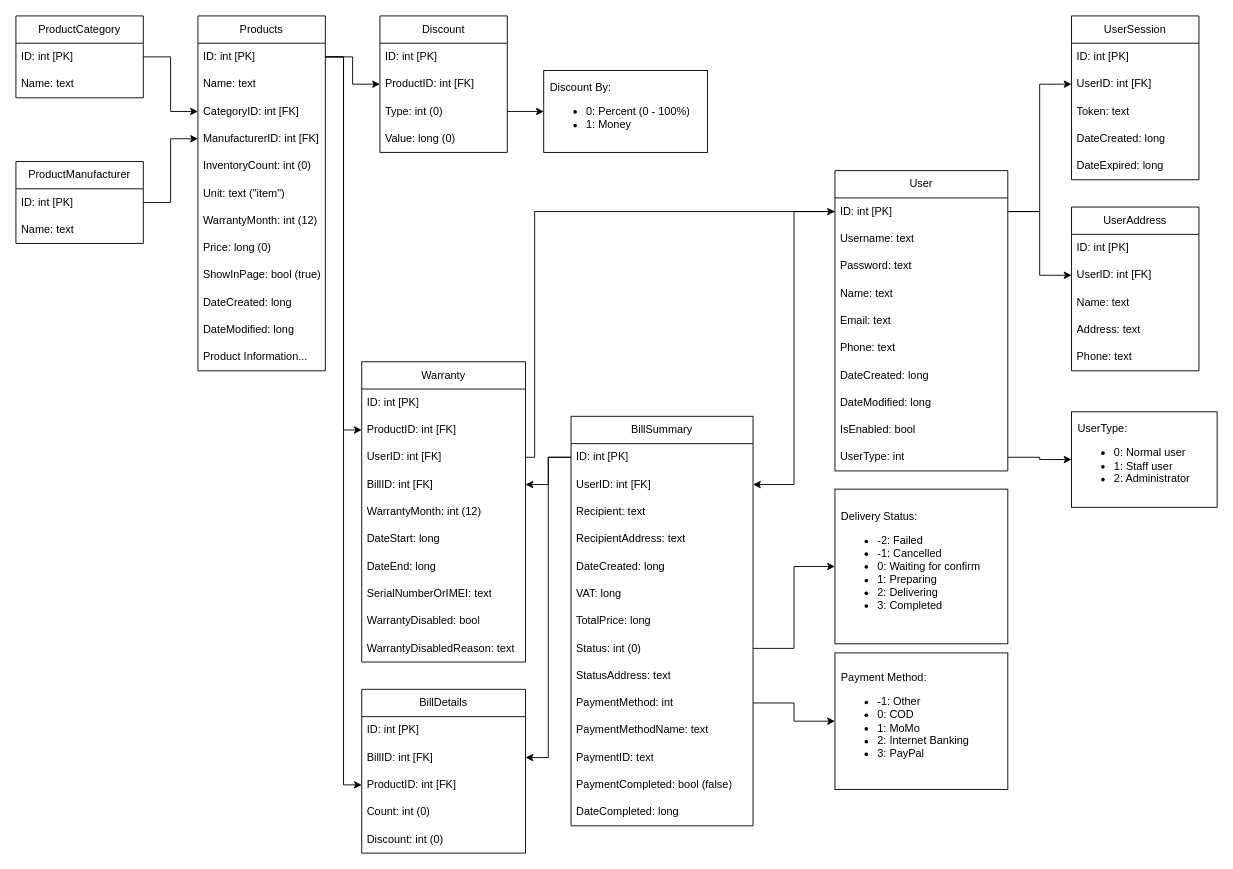
Before: docs/PhoneStoreManager.drawio in ZoeMeow1027/capstone-project, a draw.io diagram. Source tidied: cells renumbered, new cells numbered last; positions are measured from the earlier drawing's top-left corner, leaving out a move shared by most shapes. Both pictures are drawn from the tidied source at 91%, with x=0, y=0 at pixel (15, 15).
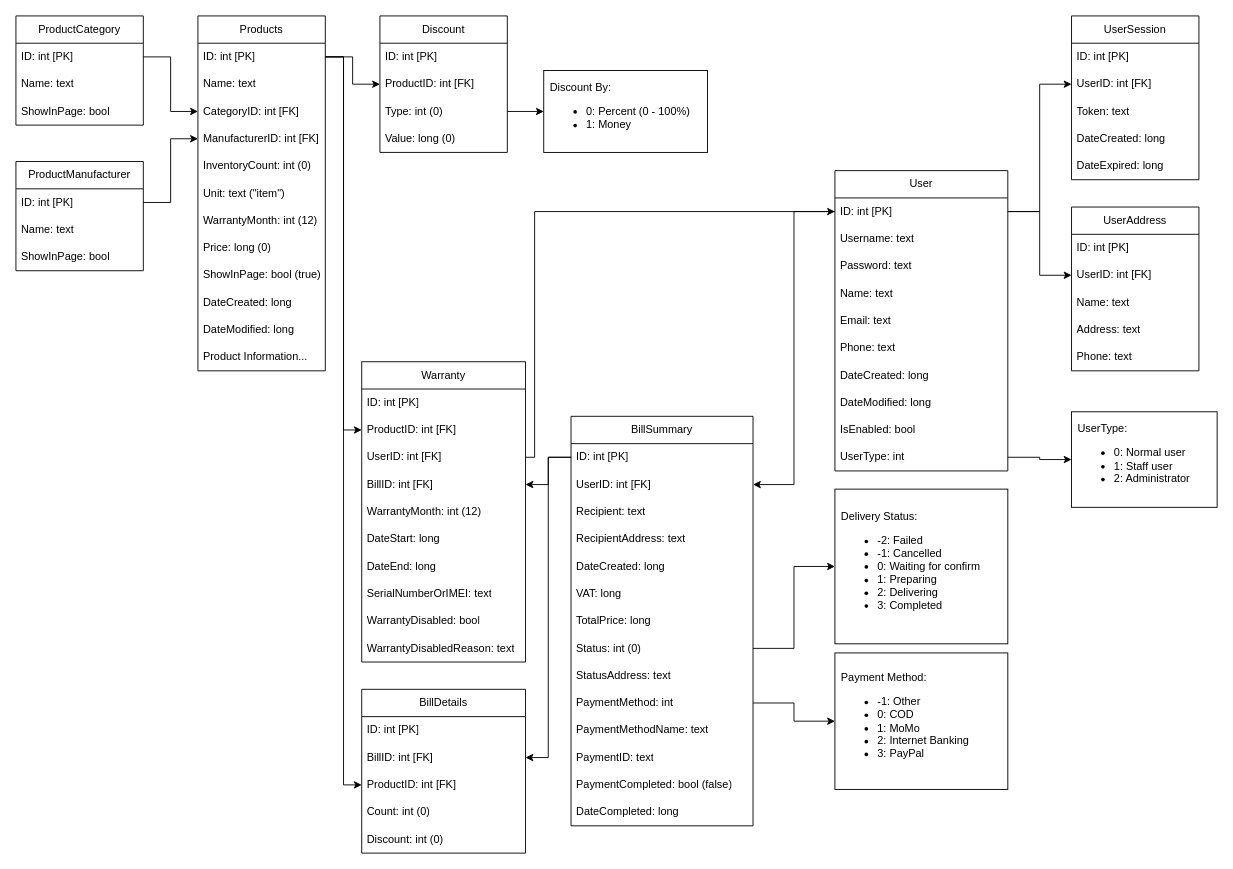
The same diagram, later.

Diff of the diagram source:
```diff
@@
     <mxCell id="15" value="ProductCategory" style="swimlane;fontStyle=0;horizontal=1;startSize=30;whiteSpace=wrap;html=1;" parent="1" vertex="1">
-      <mxGeometry width="140" height="90" as="geometry" />
+      <mxGeometry width="140" height="120" as="geometry" />
     </mxCell>
@@
+    <mxCell id="100" value="ShowInPage: bool" style="text;strokeColor=none;fillColor=none;align=left;verticalAlign=middle;spacingLeft=4;spacingRight=4;overflow=hidden;whiteSpace=wrap;html=1;" parent="15" vertex="1">
+      <mxGeometry y="90" width="140" height="30" as="geometry" />
+    </mxCell>
@@
     <mxCell id="31" value="ProductManufacturer" style="swimlane;fontStyle=0;horizontal=1;startSize=30;whiteSpace=wrap;html=1;" parent="1" vertex="1">
-      <mxGeometry y="160" width="140" height="90" as="geometry" />
+      <mxGeometry y="160" width="140" height="120" as="geometry" />
     </mxCell>
@@
+    <mxCell id="101" value="ShowInPage: bool" style="text;strokeColor=none;fillColor=none;align=left;verticalAlign=middle;spacingLeft=4;spacingRight=4;overflow=hidden;whiteSpace=wrap;html=1;" parent="31" vertex="1">
+      <mxGeometry y="90" width="140" height="30" as="geometry" />
+    </mxCell>
```
